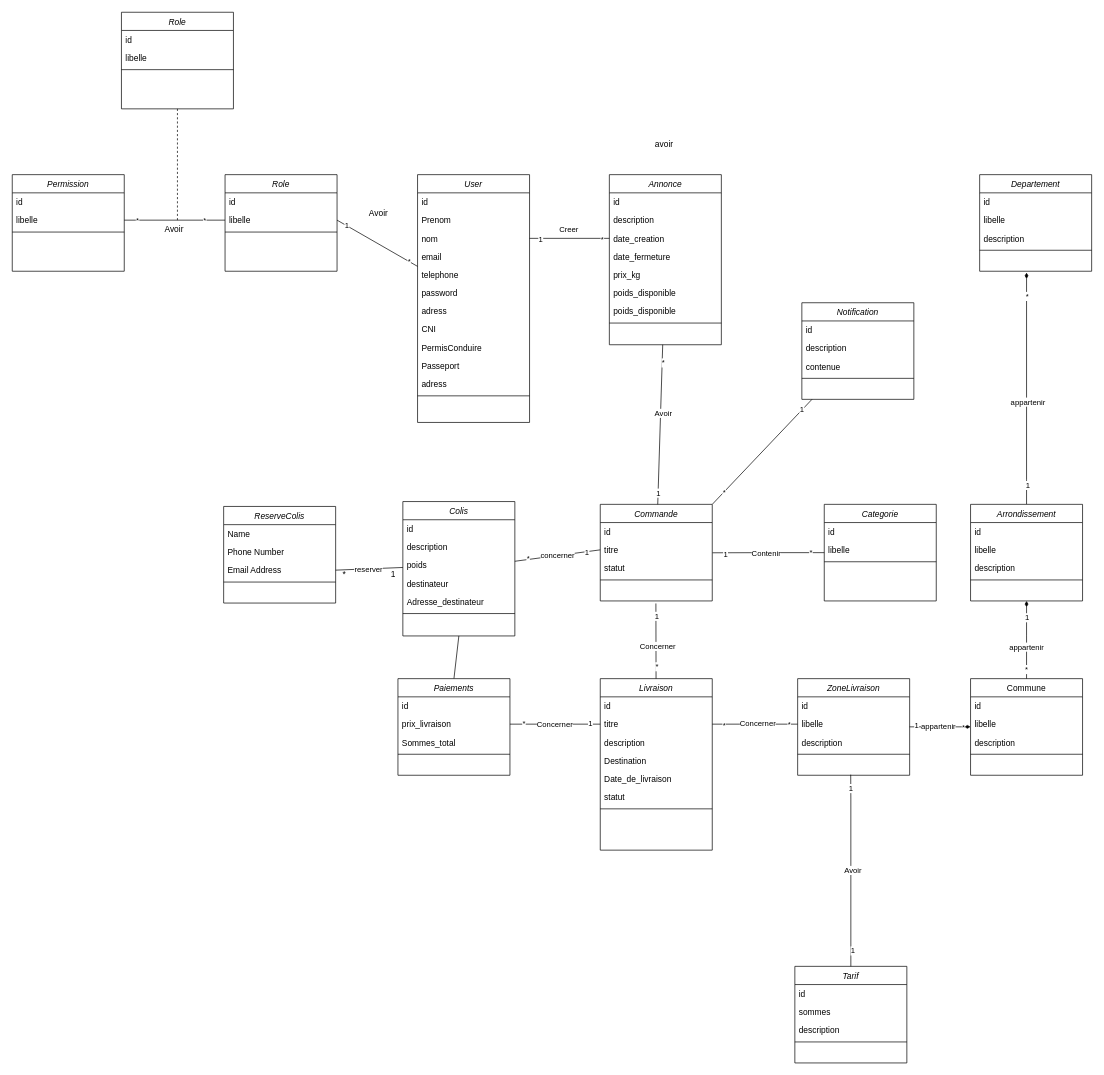
Earlier version of the draw.io diagram page "DiagrammeDeClasses" (1 of 6) of Diagramme sans nom.drawio (BounAbdallah/tuto). Source tidied: cells renumbered, new cells numbered last; positions are measured from the earlier drawing's top-left corner, leaving out a move shared by most shapes. Both pictures are drawn from the tidied source at 70%, with x=0, y=0 at pixel (12, 12).
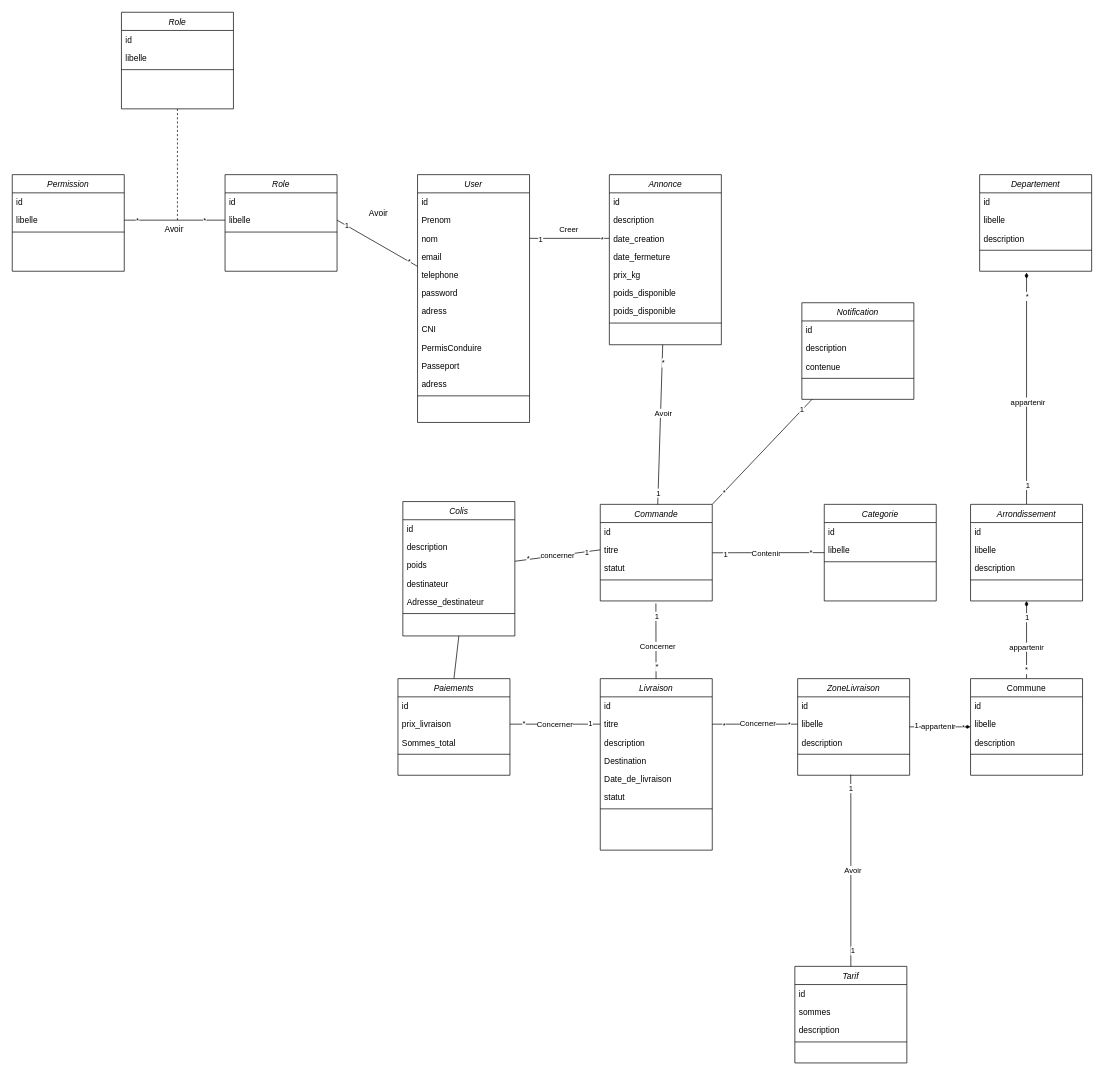
The same page after the edit.

Commit message:
Mettre à jour Diagramme sans nom.drawio

Unchanged cells that the change refers to:
```xml
<mxCell id="80" value="poids" style="text;align=left;verticalAlign=top;spacingLeft=4;spacingRight=4;overflow=hidden;points=[[0,0.5],[1,0.5]];portConstraint=eastwest;rounded=0;shadow=0;html=0;" parent="77" vertex="1">
  <mxGeometry y="78" width="160" height="26" as="geometry" />
</mxCell>
```

The edit, as a diff of the source:
```diff
@@
-    <mxCell id="64" value="ReserveColis" style="swimlane;fontStyle=2;align=center;verticalAlign=top;horizontal=1;startSize=26;rounded=0;shadow=0;strokeWidth=1;" parent="1" vertex="1">
-      <mxGeometry x="302" y="706" width="160" height="138" as="geometry" />
-    </mxCell>
-    <mxCell id="65" value="Name" style="text;align=left;verticalAlign=top;spacingLeft=4;spacingRight=4;overflow=hidden;" parent="64" vertex="1">
-      <mxGeometry y="26" width="160" height="26" as="geometry" />
-    </mxCell>
-    <mxCell id="66" value="Phone Number" style="text;align=left;verticalAlign=top;spacingLeft=4;spacingRight=4;overflow=hidden;rounded=0;shadow=0;html=0;" parent="64" vertex="1">
-      <mxGeometry y="52" width="160" height="26" as="geometry" />
-    </mxCell>
-    <mxCell id="67" value="Email Address" style="text;align=left;verticalAlign=top;spacingLeft=4;spacingRight=4;overflow=hidden;points=[[0,0.5],[1,0.5]];portConstraint=eastwest;rounded=0;shadow=0;html=0;" parent="64" vertex="1">
-      <mxGeometry y="78" width="160" height="26" as="geometry" />
-    </mxCell>
-    <mxCell id="68" style="line;html=1;strokeWidth=1;align=left;verticalAlign=middle;spacingTop=-1;spacingLeft=3;spacingRight=3;labelPosition=right;" parent="64" vertex="1">
-      <mxGeometry y="104" width="160" height="8" as="geometry" />
-    </mxCell>
@@
-    <mxCell id="153" style="rounded=0;jettySize=auto;html=1;entryX=1;entryY=0.5;entryDx=0;entryDy=0;endArrow=none;endFill=0;" parent="1" edge="1" source="80" target="67">
-      <mxGeometry relative="1" as="geometry" />
-    </mxCell>
-    <mxCell id="154" value="reserver" style="edgeLabel;html=1;align=center;verticalAlign=middle;" parent="153" vertex="1">
-      <mxGeometry x="0.04" relative="1" as="geometry" />
-    </mxCell>
@@
-    <mxCell id="158" value="avoir" style="text;html=1;align=center;verticalAlign=middle;strokeColor=none;fillColor=none;" parent="1" vertex="1">
-      <mxGeometry x="909" y="176" width="44" height="26" as="geometry" />
-    </mxCell>
-    <mxCell id="159" value="*" style="text;html=1;align=center;verticalAlign=middle;strokeColor=none;fillColor=none;" parent="1" vertex="1">
-      <mxGeometry x="462" y="790" width="23" height="26" as="geometry" />
-    </mxCell>
-    <mxCell id="160" value="1" style="text;html=1;align=center;verticalAlign=middle;strokeColor=none;fillColor=none;" parent="1" vertex="1">
-      <mxGeometry x="531" y="790" width="25" height="26" as="geometry" />
-    </mxCell>
```
